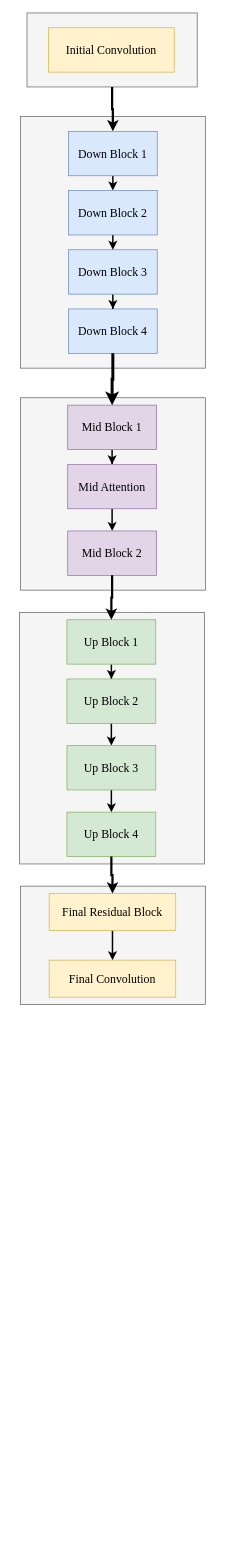
dxin66/draw-files keeps this draw.io diagram as dl.drawio. Above is the earlier version. Source tidied: cells renumbered, new cells numbered last; positions are measured from the earlier drawing's top-left corner, leaving out a move shared by most shapes. Both pictures are drawn from the tidied source at 74%, with x=0, y=0 at pixel (19, 13).
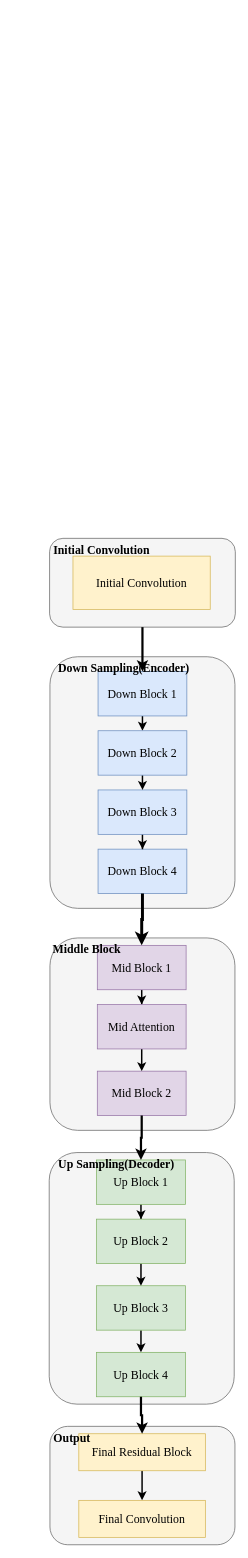
The same diagram, later.

Unchanged cells that the change refers to:
```xml
<mxCell id="8" value="&lt;font face=&quot;Times New Roman&quot; style=&quot;font-size: 16px;&quot;&gt;Down Block 1&lt;/font&gt;" style="rounded=0;whiteSpace=wrap;html=1;fillColor=#dae8fc;strokeColor=#6c8ebf;flipH=0;flipV=1;" parent="5" vertex="1">
  <mxGeometry x="65" y="20" width="120" height="60" as="geometry" />
</mxCell>
<mxCell id="9" value="&lt;font face=&quot;Times New Roman&quot; style=&quot;font-size: 16px;&quot;&gt;Down Block 4&lt;/font&gt;" style="rounded=0;whiteSpace=wrap;html=1;fillColor=#dae8fc;strokeColor=#6c8ebf;flipH=0;flipV=1;" parent="5" vertex="1">
  <mxGeometry x="65" y="260" width="120" height="60" as="geometry" />
</mxCell>
<mxCell id="17" value="&lt;font face=&quot;Times New Roman&quot;&gt;&lt;span style=&quot;font-size: 16px;&quot;&gt;Mid Block 1&lt;/span&gt;&lt;/font&gt;" style="rounded=0;whiteSpace=wrap;html=1;fillColor=#e1d5e7;strokeColor=#9673a6;" parent="14" vertex="1">
  <mxGeometry x="64" y="10" width="120" height="60" as="geometry" />
</mxCell>
<mxCell id="20" value="&lt;font face=&quot;Times New Roman&quot;&gt;&lt;span style=&quot;font-size: 16px;&quot;&gt;Mid Block 2&lt;/span&gt;&lt;/font&gt;" style="rounded=0;whiteSpace=wrap;html=1;fillColor=#e1d5e7;strokeColor=#9673a6;" parent="14" vertex="1">
  <mxGeometry x="64" y="180" width="120" height="60" as="geometry" />
</mxCell>
```

Change to the diagram source:
```diff
@@
+    <mxCell id="30" style="group;rounded=1;" parent="1" vertex="1">
+      <mxGeometry x="1" y="1180" width="290.5" height="890" as="geometry" />
+    </mxCell>
-    <mxCell id="2" style="group;" parent="1" vertex="1">
-      <mxGeometry x="10" width="230" height="100" as="geometry" />
+    <mxCell id="2" style="group;" parent="30" vertex="1">
+      <mxGeometry x="39.5" y="-470" width="251" height="120" as="geometry" />
     </mxCell>
-    <mxCell id="3" style="rounded=0;whiteSpace=wrap;html=1;fillColor=#f5f5f5;fontColor=#333333;strokeColor=#666666;" parent="2" vertex="1">
-      <mxGeometry width="230" height="100" as="geometry" />
+    <mxCell id="3" style="rounded=1;whiteSpace=wrap;html=1;fillColor=#f5f5f5;fontColor=#333333;strokeColor=#666666;" parent="2" vertex="1">
+      <mxGeometry width="251" height="120" as="geometry" />
     </mxCell>
     <mxCell id="4" value="&lt;font face=&quot;Times New Roman&quot;&gt;&lt;span style=&quot;font-size: 16px;&quot;&gt;Initial Convolution&lt;/span&gt;&lt;/font&gt;" style="rounded=0;whiteSpace=wrap;html=1;fillColor=#fff2cc;strokeColor=#d6b656;" parent="2" vertex="1">
-      <mxGeometry x="29" y="20" width="170" height="60" as="geometry" />
+      <mxGeometry x="31.6" y="24" width="185.5" height="72" as="geometry" />
     </mxCell>
+    <mxCell id="39" value="&lt;b&gt;&lt;font face=&quot;Times New Roman&quot; style=&quot;font-size: 16px;&quot;&gt;Initial Convolution&lt;/font&gt;&lt;/b&gt;" style="text;html=1;align=center;verticalAlign=middle;whiteSpace=wrap;rounded=0;" parent="2" vertex="1">
+      <mxGeometry x="-9.5" width="159.5" height="30" as="geometry" />
+    </mxCell>
-    <mxCell id="5" style="group;" parent="1" vertex="1">
-      <mxGeometry x="1" y="140" width="250" height="340" as="geometry" />
+    <mxCell id="5" style="group;rounded=1;" parent="30" vertex="1">
+      <mxGeometry x="40" y="-310" width="250" height="340" as="geometry" />
     </mxCell>
-    <mxCell id="6" style="rounded=0;whiteSpace=wrap;html=1;fillColor=#f5f5f5;fontColor=#333333;strokeColor=#666666;" parent="5" vertex="1">
+    <mxCell id="6" style="rounded=1;whiteSpace=wrap;html=1;fillColor=#f5f5f5;fontColor=#333333;strokeColor=#666666;" parent="5" vertex="1">
       <mxGeometry width="250" height="340" as="geometry" />
     </mxCell>
@@
+    <mxCell id="40" value="&lt;b&gt;&lt;font face=&quot;Times New Roman&quot; style=&quot;font-size: 16px;&quot;&gt;Down Sampling(Encoder)&lt;/font&gt;&lt;/b&gt;" style="text;html=1;align=center;verticalAlign=middle;whiteSpace=wrap;rounded=0;" parent="5" vertex="1">
+      <mxGeometry x="-10" width="220" height="30" as="geometry" />
+    </mxCell>
-    <mxCell id="14" style="group;" parent="1" vertex="1">
-      <mxGeometry x="1" y="520" width="250" height="260" as="geometry" />
+    <mxCell id="14" style="group;rounded=1;" parent="30" vertex="1">
+      <mxGeometry x="40" y="70" width="250" height="260" as="geometry" />
     </mxCell>
-    <mxCell id="15" style="rounded=0;whiteSpace=wrap;html=1;fillColor=#f5f5f5;fontColor=#333333;strokeColor=#666666;" parent="14" vertex="1">
+    <mxCell id="15" style="rounded=1;whiteSpace=wrap;html=1;fillColor=#f5f5f5;fontColor=#333333;strokeColor=#666666;" parent="14" vertex="1">
       <mxGeometry width="250" height="260" as="geometry" />
     </mxCell>
@@
-    <mxCell id="21" style="group;" parent="1" vertex="1">
-      <mxGeometry y="810" width="250" height="340" as="geometry" />
-    </mxCell>
+    <mxCell id="41" value="&lt;b&gt;&lt;font face=&quot;Times New Roman&quot; style=&quot;font-size: 16px;&quot;&gt;Middle Block&lt;/font&gt;&lt;/b&gt;" style="text;html=1;align=center;verticalAlign=middle;whiteSpace=wrap;rounded=0;" parent="14" vertex="1">
+      <mxGeometry x="-30" width="159.5" height="30" as="geometry" />
+    </mxCell>
-    <mxCell id="22" style="rounded=0;whiteSpace=wrap;html=1;fillColor=#f5f5f5;fontColor=#333333;strokeColor=#666666;" parent="21" vertex="1">
-      <mxGeometry width="250" height="340" as="geometry" />
+    <mxCell id="22" style="rounded=1;whiteSpace=wrap;html=1;fillColor=#f5f5f5;fontColor=#333333;strokeColor=#666666;" parent="30" vertex="1">
+      <mxGeometry x="39" y="360" width="250" height="340" as="geometry" />
     </mxCell>
-    <mxCell id="23" style="edgeStyle=orthogonalEdgeStyle;rounded=0;jettySize=auto;html=1;entryX=0.5;entryY=0;entryDx=0;entryDy=0;strokeWidth=2;" parent="21" edge="1" source="24" target="29">
+    <mxCell id="23" style="edgeStyle=orthogonalEdgeStyle;rounded=0;jettySize=auto;html=1;entryX=0.5;entryY=0;entryDx=0;entryDy=0;strokeWidth=2;" parent="30" edge="1" source="24" target="29">
       <mxGeometry relative="1" as="geometry" />
     </mxCell>
-    <mxCell id="24" value="&lt;font face=&quot;Times New Roman&quot; style=&quot;font-size: 16px;&quot;&gt;Up Block 1&lt;/font&gt;" style="rounded=0;whiteSpace=wrap;html=1;fillColor=#d5e8d4;strokeColor=#82b366;flipH=1;flipV=1;" parent="21" vertex="1">
-      <mxGeometry x="64" y="10" width="120" height="60" as="geometry" />
+    <mxCell id="24" value="&lt;font face=&quot;Times New Roman&quot; style=&quot;font-size: 16px;&quot;&gt;Up Block 1&lt;/font&gt;" style="rounded=0;whiteSpace=wrap;html=1;fillColor=#d5e8d4;strokeColor=#82b366;flipH=1;flipV=1;" parent="30" vertex="1">
+      <mxGeometry x="103" y="370" width="120" height="60" as="geometry" />
     </mxCell>
-    <mxCell id="25" value="&lt;font face=&quot;Times New Roman&quot; style=&quot;font-size: 16px;&quot;&gt;Up Block 4&lt;/font&gt;" style="rounded=0;whiteSpace=wrap;html=1;fillColor=#d5e8d4;strokeColor=#82b366;flipH=1;flipV=1;" parent="21" vertex="1">
-      <mxGeometry x="64" y="270" width="120" height="60" as="geometry" />
+    <mxCell id="25" value="&lt;font face=&quot;Times New Roman&quot; style=&quot;font-size: 16px;&quot;&gt;Up Block 4&lt;/font&gt;" style="rounded=0;whiteSpace=wrap;html=1;fillColor=#d5e8d4;strokeColor=#82b366;flipH=1;flipV=1;" parent="30" vertex="1">
+      <mxGeometry x="103" y="630" width="120" height="60" as="geometry" />
     </mxCell>
-    <mxCell id="26" style="edgeStyle=orthogonalEdgeStyle;rounded=0;jettySize=auto;html=1;entryX=0.5;entryY=0;entryDx=0;entryDy=0;strokeWidth=2;" parent="21" edge="1" source="27" target="25">
+    <mxCell id="26" style="edgeStyle=orthogonalEdgeStyle;rounded=0;jettySize=auto;html=1;entryX=0.5;entryY=0;entryDx=0;entryDy=0;strokeWidth=2;" parent="30" edge="1" source="27" target="25">
       <mxGeometry relative="1" as="geometry" />
     </mxCell>
-    <mxCell id="27" value="&lt;font face=&quot;Times New Roman&quot; style=&quot;font-size: 16px;&quot;&gt;Up Block 3&lt;/font&gt;" style="rounded=0;whiteSpace=wrap;html=1;fillColor=#d5e8d4;strokeColor=#82b366;flipH=1;flipV=1;" parent="21" vertex="1">
-      <mxGeometry x="64" y="180" width="120" height="60" as="geometry" />
+    <mxCell id="27" value="&lt;font face=&quot;Times New Roman&quot; style=&quot;font-size: 16px;&quot;&gt;Up Block 3&lt;/font&gt;" style="rounded=0;whiteSpace=wrap;html=1;fillColor=#d5e8d4;strokeColor=#82b366;flipH=1;flipV=1;" parent="30" vertex="1">
+      <mxGeometry x="103" y="540" width="120" height="60" as="geometry" />
     </mxCell>
-    <mxCell id="28" style="edgeStyle=orthogonalEdgeStyle;rounded=0;jettySize=auto;html=1;entryX=0.5;entryY=0;entryDx=0;entryDy=0;strokeWidth=2;" parent="21" edge="1" source="29" target="27">
+    <mxCell id="28" style="edgeStyle=orthogonalEdgeStyle;rounded=0;jettySize=auto;html=1;entryX=0.5;entryY=0;entryDx=0;entryDy=0;strokeWidth=2;" parent="30" edge="1" source="29" target="27">
       <mxGeometry relative="1" as="geometry" />
     </mxCell>
-    <mxCell id="29" value="&lt;font face=&quot;Times New Roman&quot; style=&quot;font-size: 16px;&quot;&gt;Up Block 2&lt;/font&gt;" style="rounded=0;whiteSpace=wrap;html=1;fillColor=#d5e8d4;strokeColor=#82b366;flipH=1;flipV=1;" parent="21" vertex="1">
-      <mxGeometry x="64" y="90" width="120" height="60" as="geometry" />
+    <mxCell id="29" value="&lt;font face=&quot;Times New Roman&quot; style=&quot;font-size: 16px;&quot;&gt;Up Block 2&lt;/font&gt;" style="rounded=0;whiteSpace=wrap;html=1;fillColor=#d5e8d4;strokeColor=#82b366;flipH=1;flipV=1;" parent="30" vertex="1">
+      <mxGeometry x="103" y="450" width="120" height="60" as="geometry" />
     </mxCell>
-    <mxCell id="30" style="group;" parent="1" vertex="1">
-      <mxGeometry x="1" y="1180" width="250" height="160" as="geometry" />
-    </mxCell>
+    <mxCell id="42" value="&lt;b&gt;&lt;font face=&quot;Times New Roman&quot; style=&quot;font-size: 16px;&quot;&gt;Up Sampling(Decoder)&lt;/font&gt;&lt;/b&gt;" style="text;html=1;align=center;verticalAlign=middle;whiteSpace=wrap;rounded=0;" parent="30" vertex="1">
+      <mxGeometry x="50" y="360" width="159.5" height="30" as="geometry" />
+    </mxCell>
-    <mxCell id="31" style="rounded=0;whiteSpace=wrap;html=1;fillColor=#f5f5f5;fontColor=#333333;strokeColor=#666666;" parent="30" vertex="1">
-      <mxGeometry width="250" height="160" as="geometry" />
+    <mxCell id="31" style="rounded=1;whiteSpace=wrap;html=1;fillColor=#f5f5f5;fontColor=#333333;strokeColor=#666666;" parent="30" vertex="1">
+      <mxGeometry x="40" y="730" width="250" height="160" as="geometry" />
     </mxCell>
@@
     <mxCell id="33" value="&lt;font face=&quot;Times New Roman&quot;&gt;&lt;span style=&quot;font-size: 16px;&quot;&gt;Final Residual Block&lt;/span&gt;&lt;/font&gt;" style="rounded=0;whiteSpace=wrap;html=1;fillColor=#fff2cc;strokeColor=#d6b656;" parent="30" vertex="1">
-      <mxGeometry x="39" y="10" width="171" height="50" as="geometry" />
+      <mxGeometry x="79" y="740" width="171" height="50" as="geometry" />
     </mxCell>
     <mxCell id="34" value="&lt;font face=&quot;Times New Roman&quot;&gt;&lt;span style=&quot;font-size: 16px;&quot;&gt;Final Convolution&lt;/span&gt;&lt;/font&gt;" style="rounded=0;whiteSpace=wrap;html=1;fillColor=#fff2cc;strokeColor=#d6b656;" parent="30" vertex="1">
-      <mxGeometry x="39" y="100" width="171" height="50" as="geometry" />
+      <mxGeometry x="79" y="830" width="171" height="50" as="geometry" />
     </mxCell>
+    <mxCell id="43" value="&lt;b&gt;&lt;font face=&quot;Times New Roman&quot; style=&quot;font-size: 16px;&quot;&gt;Output&lt;/font&gt;&lt;/b&gt;" style="text;html=1;align=center;verticalAlign=middle;whiteSpace=wrap;rounded=0;" parent="30" vertex="1">
+      <mxGeometry x="-10" y="730" width="159.5" height="30" as="geometry" />
+    </mxCell>
-    <mxCell id="35" style="edgeStyle=orthogonalEdgeStyle;rounded=0;jettySize=auto;html=1;entryX=0.5;entryY=0;entryDx=0;entryDy=0;strokeWidth=3;" parent="1" edge="1" source="3" target="8">
+    <mxCell id="35" style="edgeStyle=orthogonalEdgeStyle;rounded=0;jettySize=auto;html=1;entryX=0.5;entryY=0;entryDx=0;entryDy=0;strokeWidth=3;" parent="30" edge="1" source="3" target="8">
       <mxGeometry relative="1" as="geometry" />
     </mxCell>
-    <mxCell id="36" style="edgeStyle=orthogonalEdgeStyle;rounded=0;jettySize=auto;html=1;entryX=0.5;entryY=0;entryDx=0;entryDy=0;strokeWidth=4;" parent="1" edge="1" source="9" target="17">
+    <mxCell id="36" style="edgeStyle=orthogonalEdgeStyle;rounded=0;jettySize=auto;html=1;entryX=0.5;entryY=0;entryDx=0;entryDy=0;strokeWidth=4;" parent="30" edge="1" source="9" target="17">
       <mxGeometry relative="1" as="geometry" />
     </mxCell>
-    <mxCell id="37" style="edgeStyle=orthogonalEdgeStyle;rounded=0;jettySize=auto;html=1;entryX=0.5;entryY=0;entryDx=0;entryDy=0;strokeWidth=3;" parent="1" edge="1" source="20" target="24">
+    <mxCell id="37" style="edgeStyle=orthogonalEdgeStyle;rounded=0;jettySize=auto;html=1;entryX=0.5;entryY=0;entryDx=0;entryDy=0;strokeWidth=3;" parent="30" edge="1" source="20" target="24">
       <mxGeometry relative="1" as="geometry" />
     </mxCell>
-    <mxCell id="38" style="edgeStyle=orthogonalEdgeStyle;rounded=0;jettySize=auto;html=1;entryX=0.5;entryY=0;entryDx=0;entryDy=0;strokeWidth=3;" parent="1" edge="1" source="25" target="33">
+    <mxCell id="38" style="edgeStyle=orthogonalEdgeStyle;rounded=0;jettySize=auto;html=1;entryX=0.5;entryY=0;entryDx=0;entryDy=0;strokeWidth=3;" parent="30" edge="1" source="25" target="33">
       <mxGeometry relative="1" as="geometry" />
     </mxCell>
```
